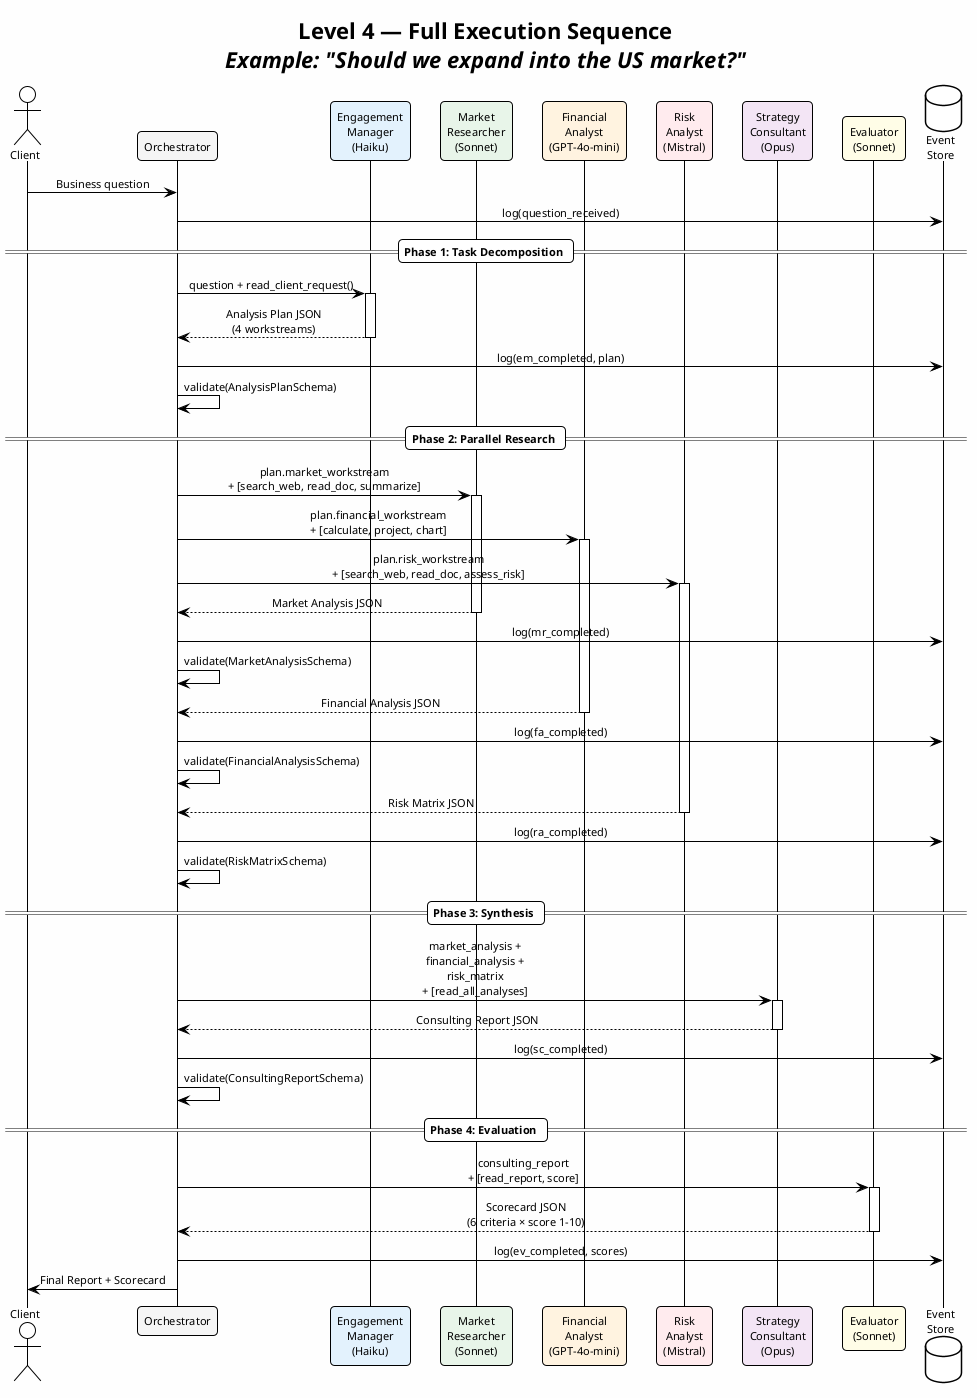
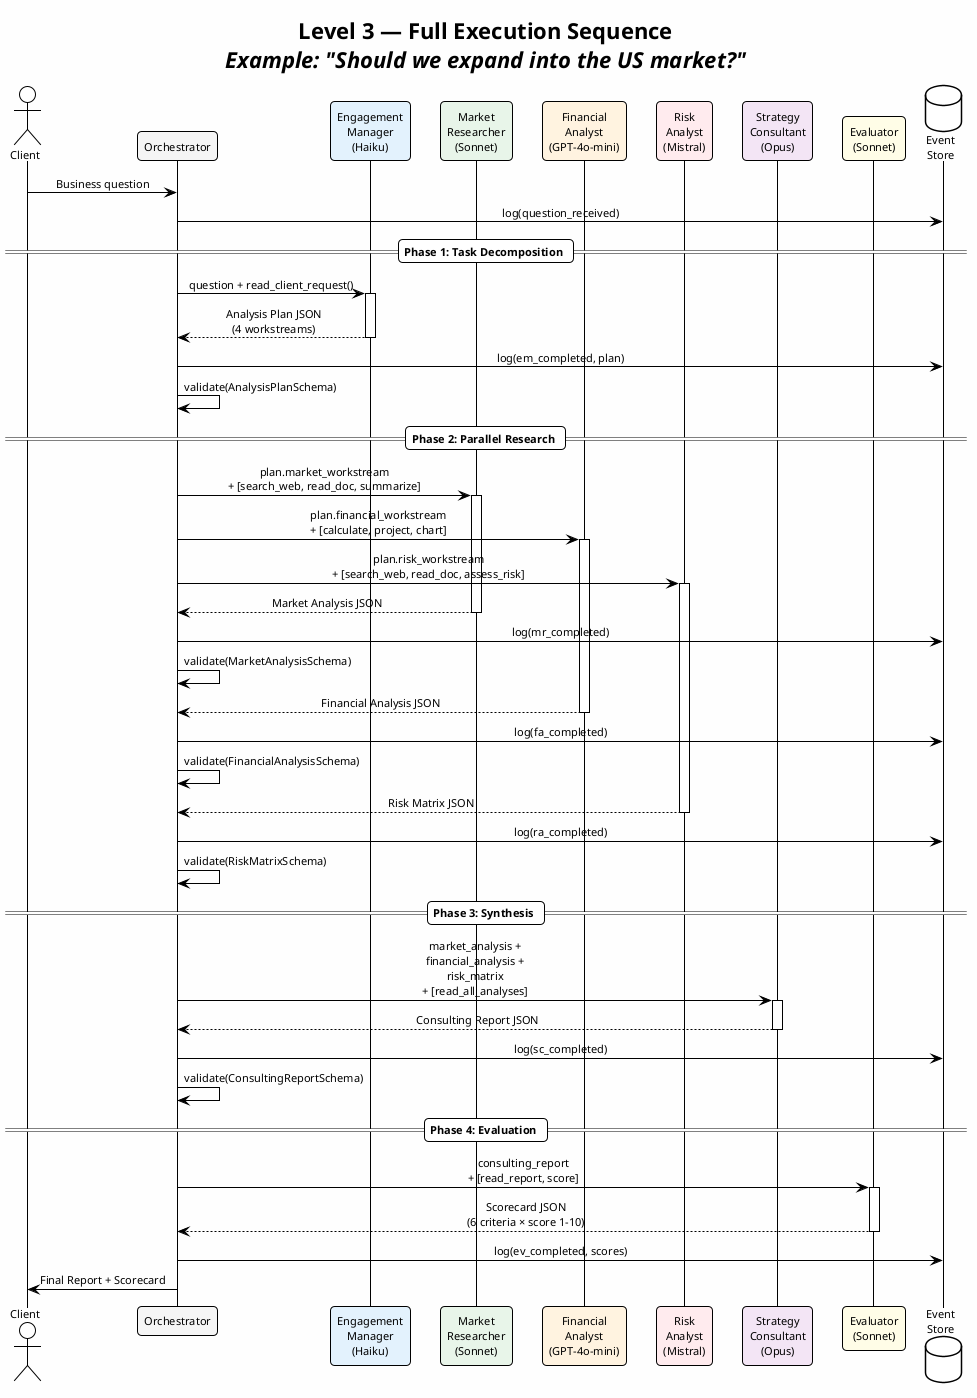
@startuml sequence_level4
!theme plain
skinparam backgroundColor #FEFEFE
skinparam defaultFontName "Segoe UI"
skinparam defaultFontSize 11
skinparam shadowing false
skinparam roundCorner 8
skinparam sequenceMessageAlign center

- title **Level 4 — Full Execution Sequence**\n//Example: "Should we expand into the US market?"//
+ title **Level 3 — Full Execution Sequence**\n//Example: "Should we expand into the US market?"//

actor Client as client
participant "Orchestrator" as orch #F5F5F5
participant "Engagement\nManager\n(Haiku)" as em #E3F2FD
participant "Market\nResearcher\n(Sonnet)" as mr #E8F5E9
participant "Financial\nAnalyst\n(GPT-4o-mini)" as fa #FFF3E0
participant "Risk\nAnalyst\n(Mistral)" as ra #FFEBEE
participant "Strategy\nConsultant\n(Opus)" as sc #F3E5F5
participant "Evaluator\n(Sonnet)" as ev #FFFDE7
database "Event\nStore" as db

client -> orch : Business question
orch -> db : log(question_received)

== Phase 1: Task Decomposition ==

orch -> em : question + read_client_request()
activate em
em --> orch : Analysis Plan JSON\n(4 workstreams)
deactivate em
orch -> db : log(em_completed, plan)
orch -> orch : validate(AnalysisPlanSchema)

== Phase 2: Parallel Research ==

orch -> mr : plan.market_workstream\n+ [search_web, read_doc, summarize]
activate mr
orch -> fa : plan.financial_workstream\n+ [calculate, project, chart]
activate fa
orch -> ra : plan.risk_workstream\n+ [search_web, read_doc, assess_risk]
activate ra

mr --> orch : Market Analysis JSON
deactivate mr
orch -> db : log(mr_completed)
orch -> orch : validate(MarketAnalysisSchema)

fa --> orch : Financial Analysis JSON
deactivate fa
orch -> db : log(fa_completed)
orch -> orch : validate(FinancialAnalysisSchema)

ra --> orch : Risk Matrix JSON
deactivate ra
orch -> db : log(ra_completed)
orch -> orch : validate(RiskMatrixSchema)

== Phase 3: Synthesis ==

orch -> sc : market_analysis +\nfinancial_analysis +\nrisk_matrix\n+ [read_all_analyses]
activate sc
sc --> orch : Consulting Report JSON
deactivate sc
orch -> db : log(sc_completed)
orch -> orch : validate(ConsultingReportSchema)

== Phase 4: Evaluation ==

orch -> ev : consulting_report\n+ [read_report, score]
activate ev
ev --> orch : Scorecard JSON\n(6 criteria × score 1-10)
deactivate ev
orch -> db : log(ev_completed, scores)

orch -> client : Final Report + Scorecard

@enduml
